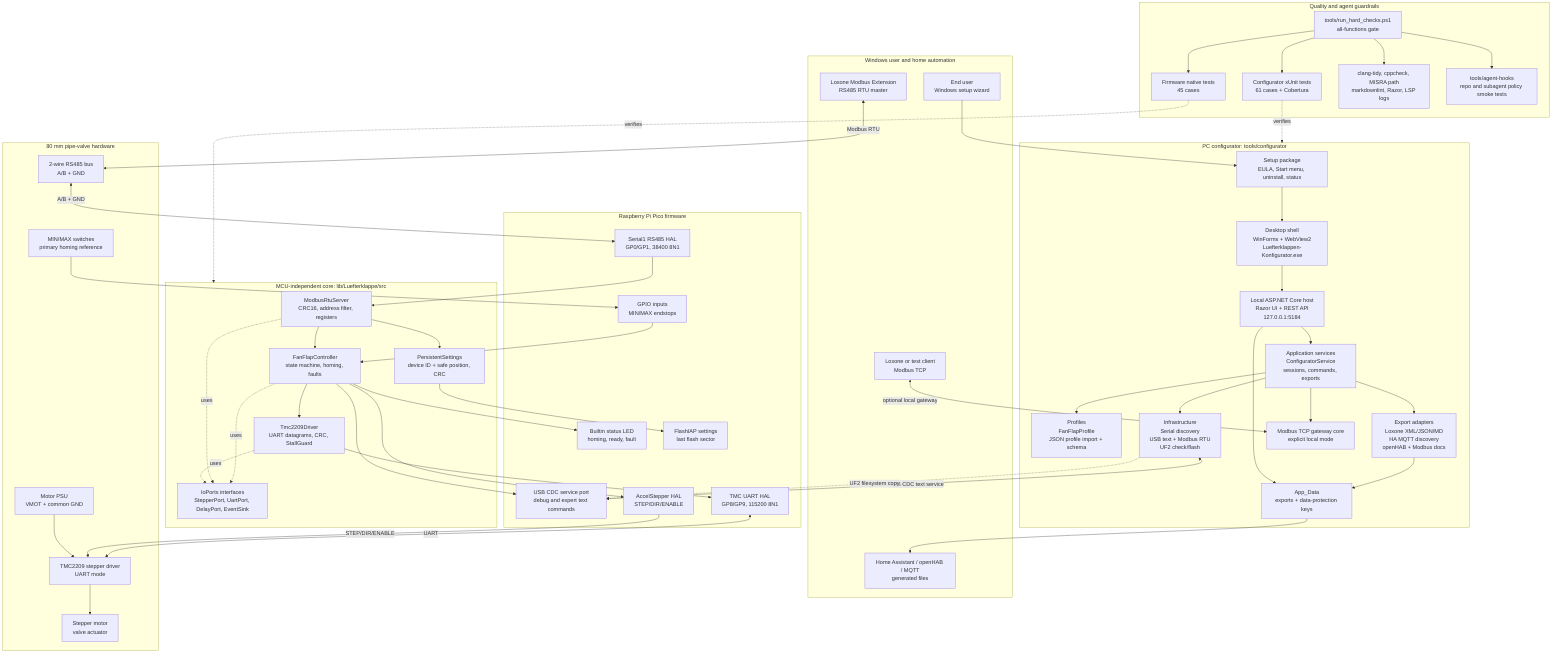
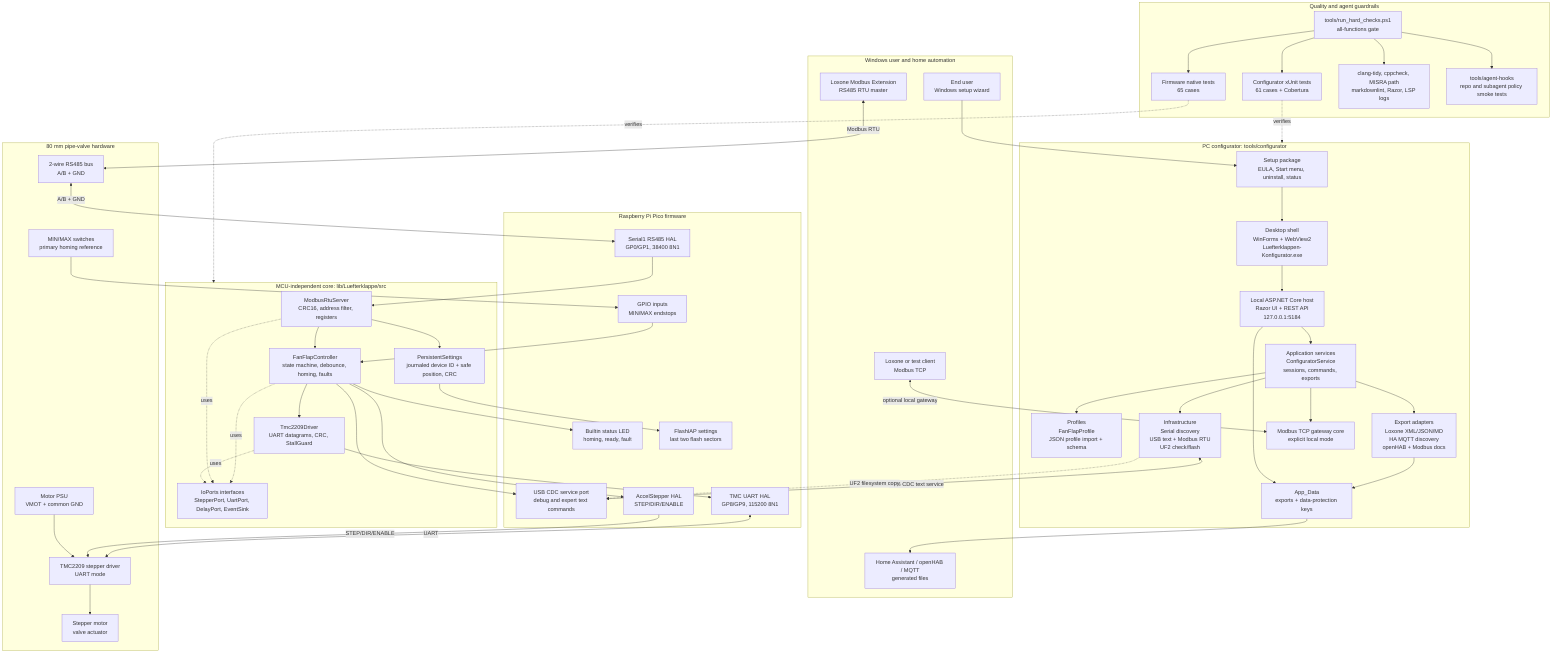
flowchart TB
  subgraph Home["Windows user and home automation"]
    User["End user<br/>Windows setup wizard"]
    LoxoneRtu["Loxone Modbus Extension<br/>RS485 RTU master"]
    LoxoneTcp["Loxone or test client<br/>Modbus TCP"]
    HomeExports["Home Assistant / openHAB / MQTT<br/>generated files"]
  end

  subgraph Configurator["PC configurator: tools/configurator"]
    Installer["Setup package<br/>EULA, Start menu, uninstall, status"]
    Desktop["Desktop shell<br/>WinForms + WebView2<br/>Luefterklappen-Konfigurator.exe"]
    Host["Local ASP.NET Core host<br/>Razor UI + REST API<br/>127.0.0.1:5184"]
    App["Application services<br/>ConfiguratorService<br/>sessions, commands, exports"]
    Profiles["Profiles<br/>FanFlapProfile<br/>JSON profile import + schema"]
    Adapters["Export adapters<br/>Loxone XML/JSON/MD<br/>HA MQTT discovery<br/>openHAB + Modbus docs"]
    Infra["Infrastructure<br/>Serial discovery<br/>USB text + Modbus RTU<br/>UF2 check/flash"]
    TcpGateway["Modbus TCP gateway core<br/>explicit local mode"]
    AppData["App_Data<br/>exports + data-protection keys"]
  end

  subgraph Firmware["Raspberry Pi Pico firmware"]
    Usb["USB CDC service port<br/>debug and expert text commands"]
    Rs485Hal["Serial1 RS485 HAL<br/>GP0/GP1, 38400 8N1"]
    TmcHal["TMC UART HAL<br/>GP8/GP9, 115200 8N1"]
    StepperHal["AccelStepper HAL<br/>STEP/DIR/ENABLE"]
    InputHal["GPIO inputs<br/>MIN/MAX endstops"]
    LedHal["Builtin status LED<br/>homing, ready, fault"]
-     FlashHal["FlashIAP settings<br/>last flash sector"]
+     FlashHal["FlashIAP settings<br/>last two flash sectors"]
  end

  subgraph Core["MCU-independent core: lib/Luefterklappe/src"]
-     Controller["FanFlapController<br/>state machine, homing, faults"]
+     Controller["FanFlapController<br/>state machine, debounce, homing, faults"]
    Modbus["ModbusRtuServer<br/>CRC16, address filter, registers"]
    Tmc["Tmc2209Driver<br/>UART datagrams, CRC, StallGuard"]
-     Settings["PersistentSettings<br/>device ID + safe position, CRC"]
+     Settings["PersistentSettings<br/>journaled device ID + safe position, CRC"]
    Ports["IoPorts interfaces<br/>StepperPort, UartPort, DelayPort, EventSink"]
  end

  subgraph Hardware["80 mm pipe-valve hardware"]
    Rs485Bus["2-wire RS485 bus<br/>A/B + GND"]
    Driver["TMC2209 stepper driver<br/>UART mode"]
    Motor["Stepper motor<br/>valve actuator"]
    MinMax["MIN/MAX switches<br/>primary homing reference"]
    Psu["Motor PSU<br/>VMOT + common GND"]
  end

  subgraph Quality["Quality and agent guardrails"]
    HardGate["tools/run_hard_checks.ps1<br/>all-functions gate"]
-     FirmwareTests["Firmware native tests<br/>45 cases"]
+     FirmwareTests["Firmware native tests<br/>65 cases"]
    ConfigTests["Configurator xUnit tests<br/>61 cases + Cobertura"]
    StaticChecks["clang-tidy, cppcheck, MISRA path<br/>markdownlint, Razor, LSP logs"]
    AgentHooks["tools/agent-hooks<br/>repo and subagent policy smoke tests"]
  end

  User --> Installer
  Installer --> Desktop
  Desktop --> Host
  Host --> App
  App --> Profiles
  App --> Adapters
  App --> Infra
  App --> TcpGateway
  Adapters --> AppData
  Host --> AppData
  AppData --> HomeExports
  LoxoneTcp <-->|"optional local gateway"| TcpGateway
  Infra <-->|"USB CDC text service"| Usb
  Infra -. "UF2 filesystem copy" .-> Usb

  LoxoneRtu <-->|"Modbus RTU"| Rs485Bus
  Rs485Bus <-->|"A/B + GND"| Rs485Hal
  Rs485Hal --> Modbus
  Modbus --> Controller
  Modbus --> Settings
  Settings --> FlashHal
  Controller --> StepperHal
  Controller --> Tmc
  Controller --> LedHal
  Tmc --> TmcHal
  TmcHal <-->|"UART"| Driver
  StepperHal -->|"STEP/DIR/ENABLE"| Driver
  Driver --> Motor
  Psu --> Driver
  MinMax --> InputHal
  InputHal --> Controller
  Controller --> Usb
  Controller -. uses .-> Ports
  Modbus -. uses .-> Ports
  Tmc -. uses .-> Ports

  HardGate --> FirmwareTests
  HardGate --> ConfigTests
  HardGate --> StaticChecks
  HardGate --> AgentHooks
  FirmwareTests -. verifies .-> Core
  ConfigTests -. verifies .-> Configurator
